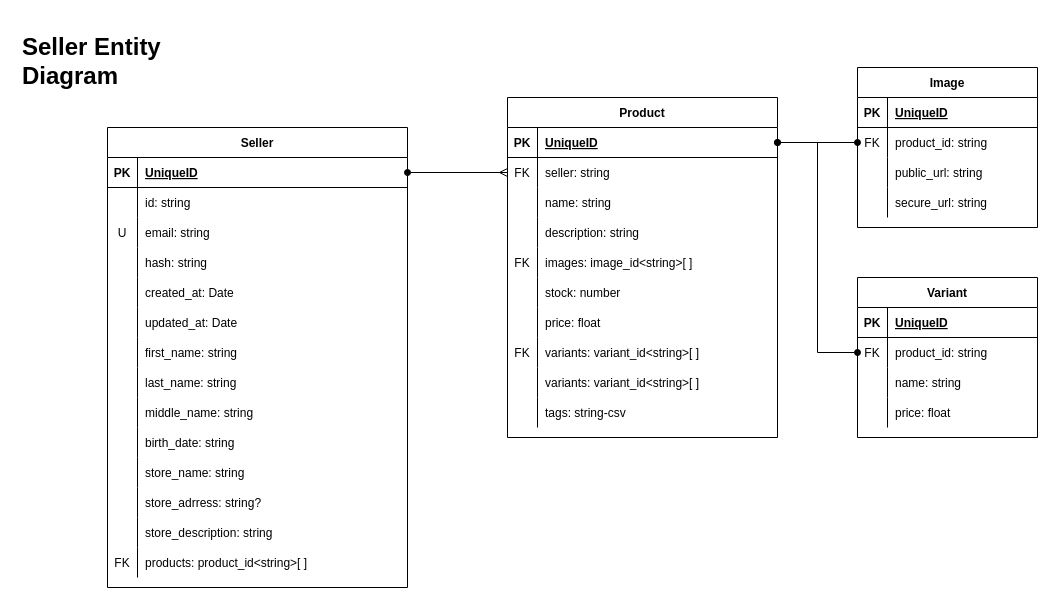
EricEchemane/EE-Store keeps this draw.io diagram as eestore-diagrams.drawio. Above is the earlier version. Source tidied: cells renumbered, new cells numbered last; positions are measured from the earlier drawing's top-left corner, leaving out a move shared by most shapes. Both pictures are drawn from the tidied source at 100%, with x=0, y=0 at pixel (17, 27).
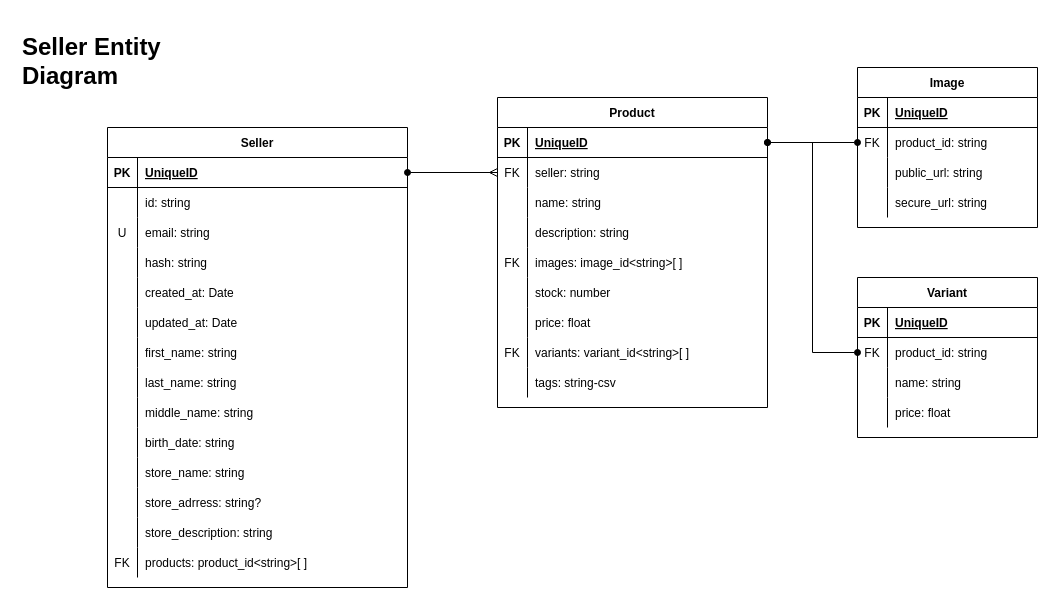
After the change.

Commit message:
modified: seller entity

What changed in the source:
```diff
@@
     <mxCell id="46" value="Product" style="shape=table;startSize=30;childLayout=tableLayout;rowLines=0;fontStyle=1;align=center;" parent="1" vertex="1">
-      <mxGeometry x="490" y="70" width="270" height="340" as="geometry" />
+      <mxGeometry x="480" y="70" width="270" height="310" as="geometry" />
     </mxCell>
@@
-    <mxCell id="71" style="shape=partialRectangle;fillColor=none;top=0;left=0;bottom=0;right=0;" parent="46" vertex="1">
-      <mxGeometry y="270" width="270" height="30" as="geometry" />
-    </mxCell>
-    <mxCell id="72" style="shape=partialRectangle;fillColor=none;top=0;left=0;bottom=0;right=0;overflow=hidden;" parent="71" vertex="1">
-      <mxGeometry width="30" height="30" as="geometry" />
-    </mxCell>
-    <mxCell id="73" value="variants: variant_id&lt;string&gt;[ ]" style="shape=partialRectangle;fillColor=none;top=0;left=0;bottom=0;right=0;align=left;spacingLeft=6;overflow=hidden;" parent="71" vertex="1">
-      <mxGeometry x="30" width="240" height="30" as="geometry" />
-    </mxCell>
     <mxCell id="74" style="shape=partialRectangle;fillColor=none;top=0;left=0;bottom=0;right=0;" parent="46" vertex="1">
-      <mxGeometry y="300" width="270" height="30" as="geometry" />
+      <mxGeometry y="270" width="270" height="30" as="geometry" />
     </mxCell>
```
